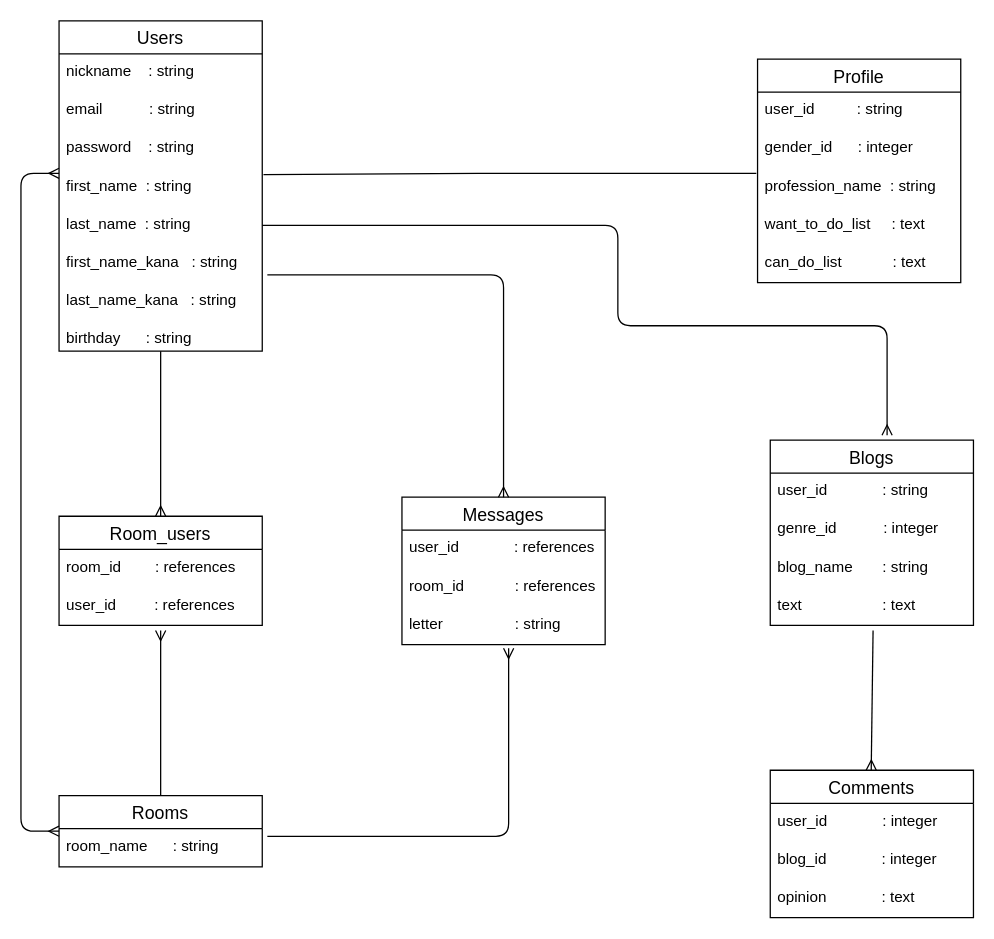
Kenta-came/union-app keeps this draw.io diagram as union.dio. Above is the earlier version. Source tidied: cells renumbered, new cells numbered last; positions are measured from the earlier drawing's top-left corner, leaving out a move shared by most shapes. Both pictures are drawn from the tidied source at 127%, with x=0, y=0 at pixel (20, 20).
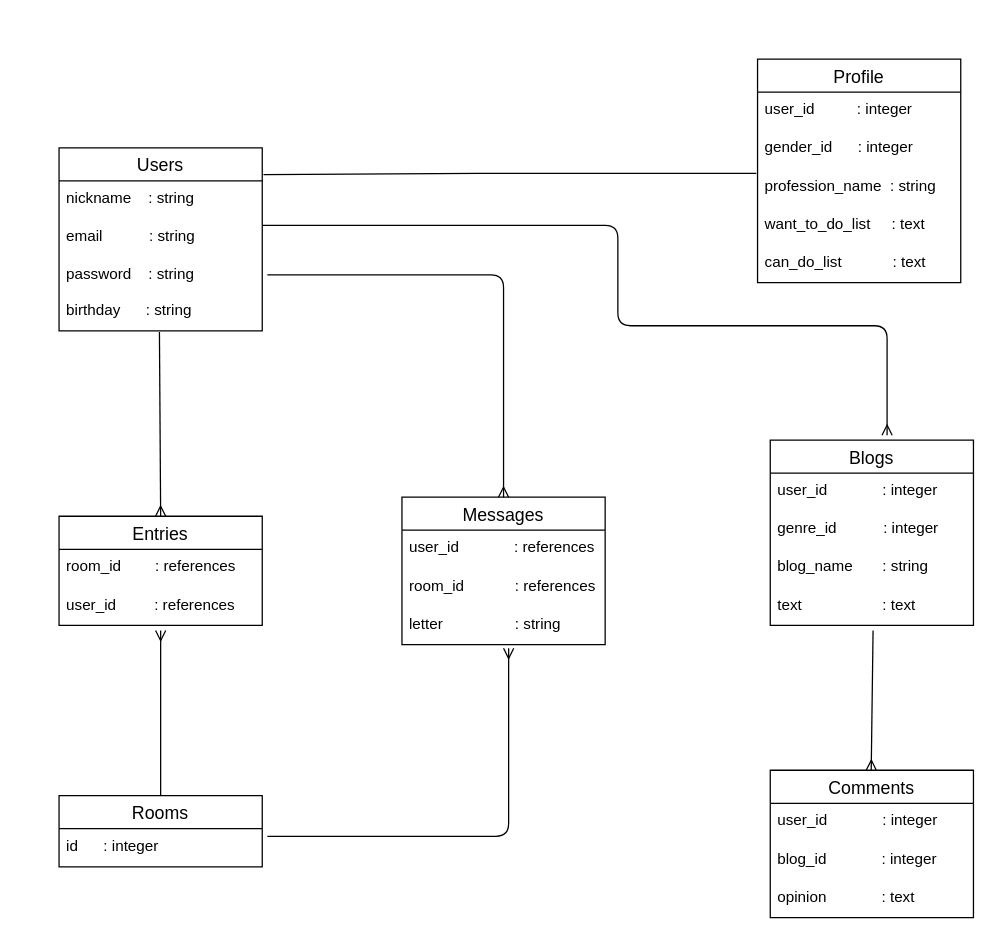
The same diagram, later.

The change refers to these unchanged cells:
```xml
<mxCell id="2" value="Profile" style="swimlane;fontStyle=0;horizontal=1;startSize=26;align=center;fontSize=14;" parent="1" vertex="1">
  <mxGeometry x="580" y="30" width="160" height="176" as="geometry" />
</mxCell>
<mxCell id="4" value="gender_id      : integer" style="text;strokeColor=none;fillColor=none;spacingLeft=4;spacingRight=4;overflow=hidden;points=[[0,0.5],[1,0.5]];portConstraint=eastwest;fontSize=12;" parent="2" vertex="1">
  <mxGeometry y="56" width="160" height="30" as="geometry" />
</mxCell>
<mxCell id="16" value="Blogs" style="swimlane;fontStyle=0;horizontal=1;startSize=26;align=center;fontSize=14;" parent="1" vertex="1">
  <mxGeometry x="590" y="330" width="160" height="146" as="geometry" />
</mxCell>
<mxCell id="31" value="Rooms" style="swimlane;fontStyle=0;horizontal=1;startSize=26;align=center;fontSize=14;" parent="1" vertex="1">
  <mxGeometry x="30" y="610" width="160" height="56" as="geometry" />
</mxCell>
```

Diff of the diagram source:
```diff
@@
-    <mxCell id="3" value="user_id          : string" style="text;strokeColor=none;fillColor=none;spacingLeft=4;spacingRight=4;overflow=hidden;fontSize=12;" parent="2" vertex="1">
+    <mxCell id="3" value="user_id          : integer" style="text;strokeColor=none;fillColor=none;spacingLeft=4;spacingRight=4;overflow=hidden;fontSize=12;" parent="2" vertex="1">
       <mxGeometry y="26" width="160" height="30" as="geometry" />
     </mxCell>
@@
     <mxCell id="8" value="Users" style="swimlane;fontStyle=0;horizontal=1;startSize=26;align=center;fontSize=14;" parent="1" vertex="1">
-      <mxGeometry x="30" width="160" height="260" as="geometry" />
+      <mxGeometry x="30" y="100" width="160" height="144" as="geometry" />
     </mxCell>
@@
     <mxCell id="11" value="password    : string" style="text;strokeColor=none;fillColor=none;spacingLeft=4;spacingRight=4;overflow=hidden;fontSize=12;" parent="8" vertex="1">
-      <mxGeometry y="86" width="160" height="174" as="geometry" />
+      <mxGeometry y="86" width="160" height="28" as="geometry" />
     </mxCell>
+    <mxCell id="27" value="birthday      : string" style="text;strokeColor=none;fillColor=none;spacingLeft=4;spacingRight=4;overflow=hidden;points=[[0,0.5],[1,0.5]];portConstraint=eastwest;fontSize=12;" parent="8" vertex="1">
+      <mxGeometry y="114" width="160" height="30" as="geometry" />
+    </mxCell>
@@
-    <mxCell id="17" value="user_id             : string" style="text;strokeColor=none;fillColor=none;spacingLeft=4;spacingRight=4;overflow=hidden;fontSize=12;" parent="16" vertex="1">
+    <mxCell id="17" value="user_id             : integer" style="text;strokeColor=none;fillColor=none;spacingLeft=4;spacingRight=4;overflow=hidden;fontSize=12;" parent="16" vertex="1">
       <mxGeometry y="26" width="160" height="30" as="geometry" />
     </mxCell>
@@
-    <mxCell id="26" value="first_name  : string" style="text;strokeColor=none;fillColor=none;spacingLeft=4;spacingRight=4;overflow=hidden;points=[[0,0.5],[1,0.5]];portConstraint=eastwest;fontSize=12;" parent="1" vertex="1">
-      <mxGeometry x="30" y="116" width="160" height="30" as="geometry" />
-    </mxCell>
-    <mxCell id="27" value="birthday      : string" style="text;strokeColor=none;fillColor=none;spacingLeft=4;spacingRight=4;overflow=hidden;points=[[0,0.5],[1,0.5]];portConstraint=eastwest;fontSize=12;" parent="1" vertex="1">
-      <mxGeometry x="30" y="236" width="160" height="30" as="geometry" />
-    </mxCell>
-    <mxCell id="28" value="last_name_kana   : string" style="text;strokeColor=none;fillColor=none;spacingLeft=4;spacingRight=4;overflow=hidden;fontSize=12;" parent="1" vertex="1">
-      <mxGeometry x="30" y="206" width="160" height="30" as="geometry" />
-    </mxCell>
-    <mxCell id="29" value="first_name_kana   : string" style="text;strokeColor=none;fillColor=none;spacingLeft=4;spacingRight=4;overflow=hidden;fontSize=12;" parent="1" vertex="1">
-      <mxGeometry x="30" y="176" width="160" height="30" as="geometry" />
-    </mxCell>
-    <mxCell id="30" value="last_name  : string" style="text;strokeColor=none;fillColor=none;spacingLeft=4;spacingRight=4;overflow=hidden;points=[[0,0.5],[1,0.5]];portConstraint=eastwest;fontSize=12;" parent="1" vertex="1">
-      <mxGeometry x="30" y="146" width="160" height="30" as="geometry" />
-    </mxCell>
@@
-    <mxCell id="32" value="room_name      : string" style="text;strokeColor=none;fillColor=none;spacingLeft=4;spacingRight=4;overflow=hidden;points=[[0,0.5],[1,0.5]];portConstraint=eastwest;fontSize=12;" parent="31" vertex="1">
+    <mxCell id="32" value="id      : integer" style="text;strokeColor=none;fillColor=none;spacingLeft=4;spacingRight=4;overflow=hidden;points=[[0,0.5],[1,0.5]];portConstraint=eastwest;fontSize=12;" parent="31" vertex="1">
       <mxGeometry y="26" width="160" height="30" as="geometry" />
     </mxCell>
-    <mxCell id="33" value="Room_users" style="swimlane;fontStyle=0;horizontal=1;startSize=26;align=center;fontSize=14;" parent="1" vertex="1">
+    <mxCell id="33" value="Entries" style="swimlane;fontStyle=0;horizontal=1;startSize=26;align=center;fontSize=14;" parent="1" vertex="1">
       <mxGeometry x="30" y="390" width="160" height="86" as="geometry" />
     </mxCell>
@@
-    <mxCell id="36" style="fontSize=12;html=1;endArrow=ERmany;startArrow=ERmany;edgeStyle=orthogonalEdgeStyle;" parent="1" edge="1">
-      <mxGeometry relative="1" as="geometry">
-        <mxPoint x="30" y="638" as="sourcePoint" />
-        <mxPoint x="30" y="120" as="targetPoint" />
-        <Array as="points">
-          <mxPoint y="638" />
-          <mxPoint y="120" />
-        </Array>
-      </mxGeometry>
-    </mxCell>
@@
-    <mxCell id="38" style="fontSize=12;html=1;endArrow=ERmany;entryX=0.5;entryY=0;entryDx=0;entryDy=0;" parent="1" edge="1" target="33">
-      <mxGeometry relative="1" as="geometry">
-        <mxPoint x="110" y="260" as="sourcePoint" />
-      </mxGeometry>
+    <mxCell id="38" style="fontSize=12;html=1;endArrow=ERmany;entryX=0.5;entryY=0;entryDx=0;entryDy=0;exitX=0.494;exitY=1.033;exitDx=0;exitDy=0;exitPerimeter=0;" parent="1" edge="1" source="27" target="33">
+      <mxGeometry relative="1" as="geometry" />
     </mxCell>
@@
-    <mxCell id="41" style="endArrow=none;html=1;rounded=0;entryX=-0.006;entryY=1.133;entryDx=0;entryDy=0;entryPerimeter=0;exitX=1.006;exitY=0.167;exitDx=0;exitDy=0;exitPerimeter=0;" parent="1" edge="1" source="26" target="4">
+    <mxCell id="41" style="endArrow=none;html=1;rounded=0;entryX=-0.006;entryY=1.133;entryDx=0;entryDy=0;entryPerimeter=0;exitX=1.006;exitY=0.167;exitDx=0;exitDy=0;exitPerimeter=0;" parent="1" edge="1" target="4">
       <mxGeometry relative="1" as="geometry">
+        <mxPoint x="191" y="121" as="sourcePoint" />
         <Array as="points">
           <mxPoint x="360" y="120" />
         </Array>
       </mxGeometry>
     </mxCell>
-    <mxCell id="42" style="edgeStyle=orthogonalEdgeStyle;fontSize=12;html=1;endArrow=ERmany;exitX=1;exitY=0.5;exitDx=0;exitDy=0;entryX=0.575;entryY=-0.026;entryDx=0;entryDy=0;entryPerimeter=0;" parent="1" edge="1" source="30" target="16">
+    <mxCell id="42" style="edgeStyle=orthogonalEdgeStyle;fontSize=12;html=1;endArrow=ERmany;exitX=1;exitY=0.5;exitDx=0;exitDy=0;entryX=0.575;entryY=-0.026;entryDx=0;entryDy=0;entryPerimeter=0;" parent="1" edge="1" target="16">
       <mxGeometry relative="1" as="geometry">
+        <mxPoint x="190" y="161" as="sourcePoint" />
         <Array as="points">
           <mxPoint x="470" y="161" />
           <mxPoint x="470" y="240" />
           <mxPoint x="682" y="240" />
         </Array>
       </mxGeometry>
     </mxCell>
```
